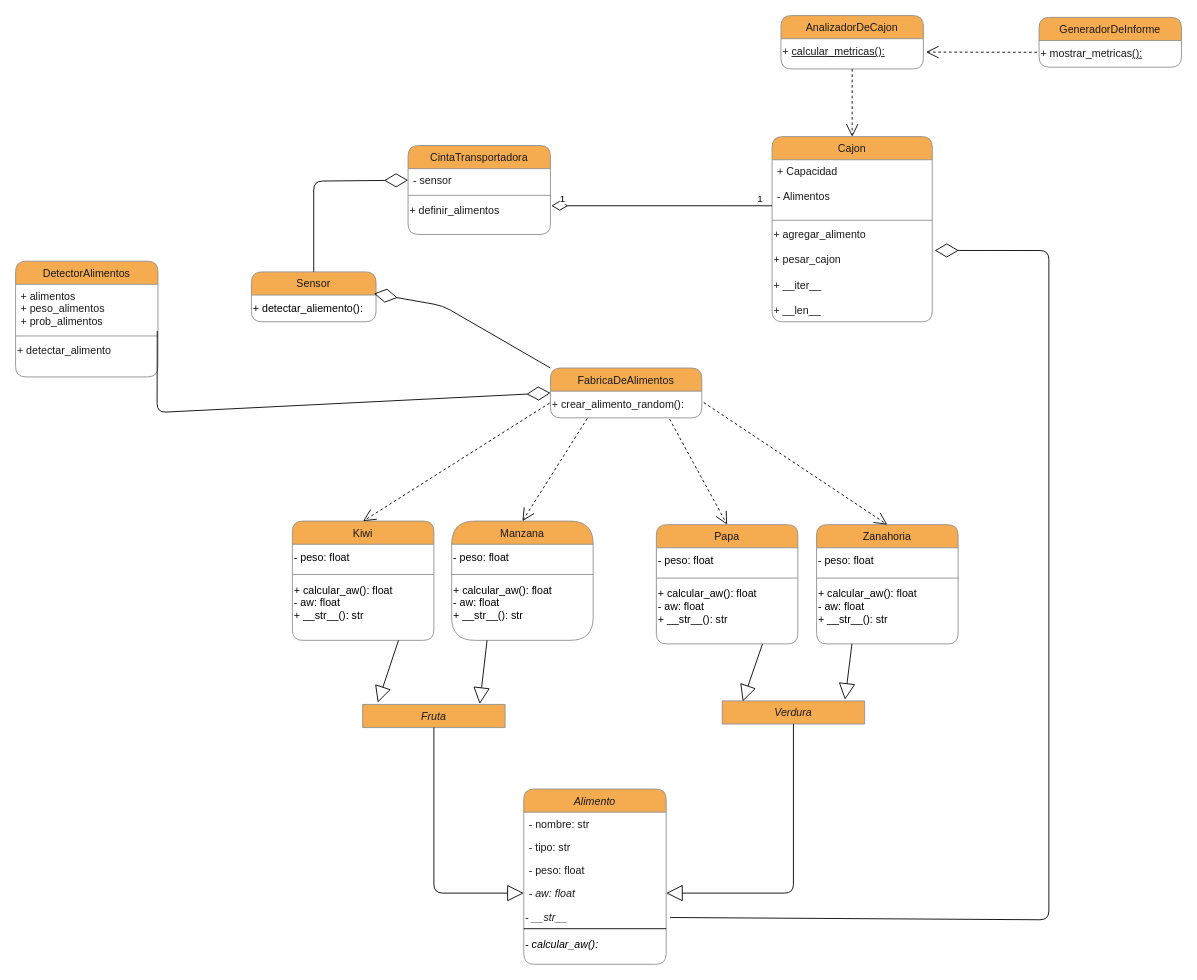
The draw.io diagram TrabajoPractico_2/proyecto_2.2/docs/UML 2.2.drawio in AgustinG178/pa_2025c1_practica, before the edit. Source tidied: cells renumbered, new cells numbered last; positions are measured from the earlier drawing's top-left corner, leaving out a move shared by most shapes. Both pictures are drawn from the tidied source at 89%, with x=0, y=0 at pixel (15, 15).
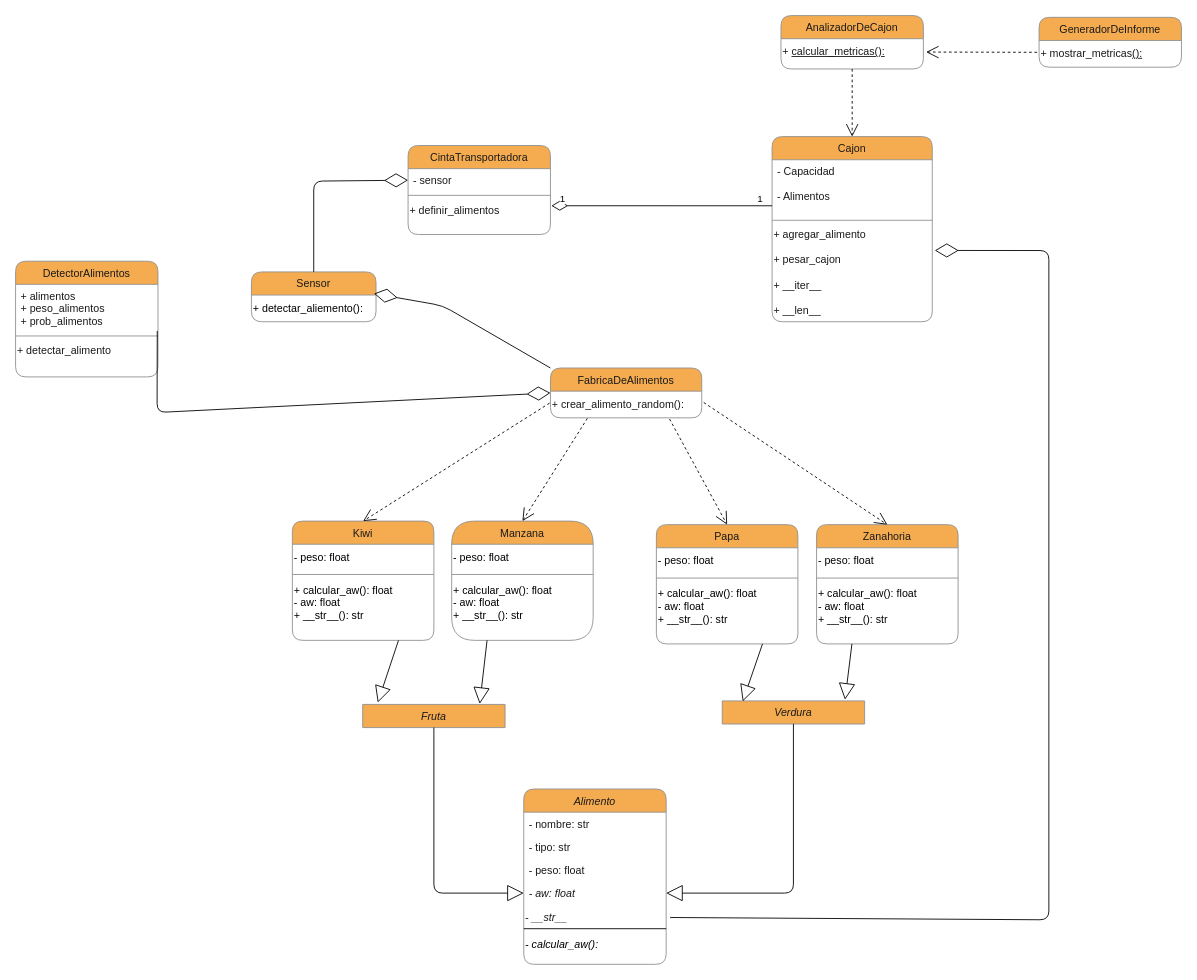
The same diagram, later.

The change refers to these unchanged cells:
```xml
<mxCell id="6" value="Cajon" style="swimlane;fontStyle=0;align=center;verticalAlign=top;horizontal=1;startSize=26;rounded=1;shadow=0;strokeWidth=1;labelBackgroundColor=none;fillColor=#F5AB50;strokeColor=#909090;fontColor=#1A1A1A;" parent="1" vertex="1">
  <mxGeometry x="850" y="136" width="180" height="208" as="geometry" />
</mxCell>
```

Diff of the diagram source:
```diff
@@
-    <mxCell id="7" value="+ Capacidad&#10;&#10;- Alimentos" style="text;align=left;verticalAlign=top;spacingLeft=4;spacingRight=4;overflow=hidden;points=[[0,0.5],[1,0.5]];portConstraint=eastwest;labelBackgroundColor=none;fontColor=#1A1A1A;rounded=1;" parent="6" vertex="1">
+    <mxCell id="7" value="- Capacidad&#10;&#10;- Alimentos" style="text;align=left;verticalAlign=top;spacingLeft=4;spacingRight=4;overflow=hidden;points=[[0,0.5],[1,0.5]];portConstraint=eastwest;labelBackgroundColor=none;fontColor=#1A1A1A;rounded=1;" parent="6" vertex="1">
       <mxGeometry y="26" width="180" height="64" as="geometry" />
     </mxCell>
```
